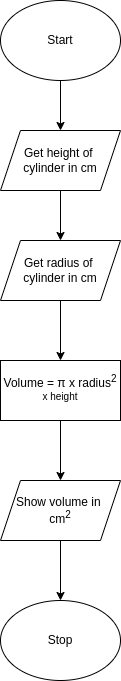
Andrew-Ten-Den/ICS3U-Unit5-04-Python keeps this draw.io diagram as fc.png. Above is the earlier version. Source tidied: cells renumbered, new cells last; positions are measured from the earlier drawing's top-left corner, leaving out a move shared by most shapes.
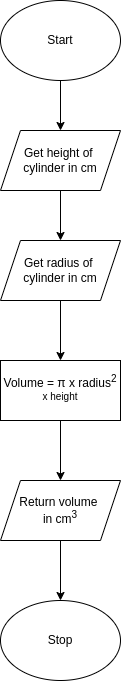
Above is the later version.

Change to the diagram source:
```diff
@@ -31,7 +31,7 @@
     <mxCell id="10" style="edgeStyle=none;html=1;entryX=0.5;entryY=0;entryDx=0;entryDy=0;" parent="1" edge="1" source="11" target="9">
       <mxGeometry relative="1" as="geometry" />
     </mxCell>
-    <mxCell id="11" value="Show volume in&amp;nbsp;&lt;br&gt;cm&lt;sup&gt;2&lt;/sup&gt;" style="shape=parallelogram;perimeter=parallelogramPerimeter;whiteSpace=wrap;html=1;fixedSize=1;" parent="1" vertex="1">
+    <mxCell id="11" value="Return volume &lt;br&gt;in&amp;nbsp;cm&lt;sup&gt;3&lt;/sup&gt;" style="shape=parallelogram;perimeter=parallelogramPerimeter;whiteSpace=wrap;html=1;fixedSize=1;" parent="1" vertex="1">
       <mxGeometry y="480" width="120" height="60" as="geometry" />
     </mxCell>
     <mxCell id="12" value="Get radius of&amp;nbsp;&lt;br&gt;cylinder in cm" style="shape=parallelogram;perimeter=parallelogramPerimeter;whiteSpace=wrap;html=1;fixedSize=1;" parent="1" vertex="1">
```
